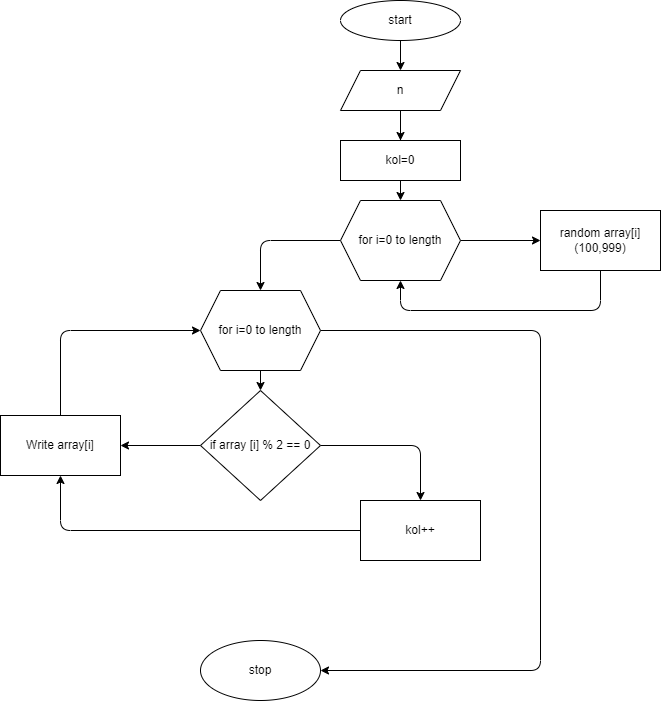
Earlier version of the draw.io export zad36/example.drawio.png (Zemburych/Seminar05). Source tidied: cells renumbered, new cells last; positions are measured from the earlier drawing's top-left corner, leaving out a move shared by most shapes. Its diagram source:
```xml
<mxGraphModel>
  <root>
    <mxCell id="0" />
    <mxCell id="1" parent="0" />
    <mxCell id="2" style="edgeStyle=none;html=1;" parent="1" edge="1" source="3" target="6">
      <mxGeometry relative="1" as="geometry" />
    </mxCell>
    <mxCell id="3" value="start" style="ellipse;whiteSpace=wrap;html=1;" parent="1" vertex="1">
      <mxGeometry x="340" width="120" height="40" as="geometry" />
    </mxCell>
    <mxCell id="4" style="edgeStyle=none;html=1;" parent="1" edge="1" source="6">
      <mxGeometry relative="1" as="geometry">
        <mxPoint x="400" y="150" as="targetPoint" />
      </mxGeometry>
    </mxCell>
    <mxCell id="5" style="edgeStyle=none;html=1;" parent="1" edge="1" source="6" target="8">
      <mxGeometry relative="1" as="geometry" />
    </mxCell>
    <mxCell id="6" value="n" style="shape=parallelogram;perimeter=parallelogramPerimeter;whiteSpace=wrap;html=1;fixedSize=1;" parent="1" vertex="1">
      <mxGeometry x="340" y="70" width="120" height="40" as="geometry" />
    </mxCell>
    <mxCell id="7" style="edgeStyle=none;html=1;exitX=0.5;exitY=1;exitDx=0;exitDy=0;entryX=0.5;entryY=0;entryDx=0;entryDy=0;" parent="1" edge="1" source="8" target="11">
      <mxGeometry relative="1" as="geometry" />
    </mxCell>
    <mxCell id="8" value="kol=0" style="whiteSpace=wrap;html=1;" parent="1" vertex="1">
      <mxGeometry x="340" y="140" width="120" height="40" as="geometry" />
    </mxCell>
    <mxCell id="9" style="edgeStyle=none;html=1;" parent="1" edge="1" source="11" target="13">
      <mxGeometry relative="1" as="geometry" />
    </mxCell>
    <mxCell id="10" style="edgeStyle=none;html=1;exitX=0;exitY=0.5;exitDx=0;exitDy=0;entryX=0.5;entryY=0;entryDx=0;entryDy=0;" parent="1" edge="1" source="11" target="22">
      <mxGeometry relative="1" as="geometry">
        <Array as="points">
          <mxPoint x="260" y="240" />
        </Array>
      </mxGeometry>
    </mxCell>
    <mxCell id="11" value="for i=0 to length" style="shape=hexagon;perimeter=hexagonPerimeter2;whiteSpace=wrap;html=1;fixedSize=1;" parent="1" vertex="1">
      <mxGeometry x="340" y="200" width="120" height="80" as="geometry" />
    </mxCell>
    <mxCell id="12" style="edgeStyle=none;html=1;exitX=0.5;exitY=1;exitDx=0;exitDy=0;entryX=0.5;entryY=1;entryDx=0;entryDy=0;" parent="1" edge="1" source="13" target="11">
      <mxGeometry relative="1" as="geometry">
        <Array as="points">
          <mxPoint x="600" y="310" />
          <mxPoint x="400" y="310" />
        </Array>
      </mxGeometry>
    </mxCell>
    <mxCell id="13" value="random array[i] (100,999)" style="whiteSpace=wrap;html=1;" parent="1" vertex="1">
      <mxGeometry x="540" y="210" width="120" height="60" as="geometry" />
    </mxCell>
    <mxCell id="14" style="edgeStyle=none;html=1;exitX=1;exitY=0.5;exitDx=0;exitDy=0;entryX=0.5;entryY=0;entryDx=0;entryDy=0;" parent="1" edge="1" source="16" target="18">
      <mxGeometry relative="1" as="geometry">
        <Array as="points">
          <mxPoint x="420" y="445" />
        </Array>
      </mxGeometry>
    </mxCell>
    <mxCell id="15" style="edgeStyle=none;html=1;" parent="1" edge="1" source="16" target="24">
      <mxGeometry relative="1" as="geometry" />
    </mxCell>
    <mxCell id="16" value="if array [i] % 2 == 0" style="rhombus;whiteSpace=wrap;html=1;" parent="1" vertex="1">
      <mxGeometry x="200" y="390" width="120" height="110" as="geometry" />
    </mxCell>
    <mxCell id="17" style="edgeStyle=none;html=1;exitX=0;exitY=0.5;exitDx=0;exitDy=0;entryX=0.5;entryY=1;entryDx=0;entryDy=0;" parent="1" edge="1" source="18" target="24">
      <mxGeometry relative="1" as="geometry">
        <Array as="points">
          <mxPoint x="60" y="530" />
        </Array>
      </mxGeometry>
    </mxCell>
    <mxCell id="18" value="kol++" style="whiteSpace=wrap;html=1;" parent="1" vertex="1">
      <mxGeometry x="360" y="500" width="120" height="60" as="geometry" />
    </mxCell>
    <mxCell id="19" value="stop" style="ellipse;whiteSpace=wrap;html=1;" parent="1" vertex="1">
      <mxGeometry x="200" y="640" width="120" height="60" as="geometry" />
    </mxCell>
    <mxCell id="20" style="edgeStyle=none;html=1;exitX=0.5;exitY=1;exitDx=0;exitDy=0;entryX=0.5;entryY=0;entryDx=0;entryDy=0;" parent="1" edge="1" source="22" target="16">
      <mxGeometry relative="1" as="geometry" />
    </mxCell>
    <mxCell id="21" style="edgeStyle=none;html=1;exitX=1;exitY=0.5;exitDx=0;exitDy=0;entryX=1;entryY=0.5;entryDx=0;entryDy=0;" parent="1" edge="1" source="22" target="19">
      <mxGeometry relative="1" as="geometry">
        <Array as="points">
          <mxPoint x="540" y="330" />
          <mxPoint x="540" y="670" />
        </Array>
      </mxGeometry>
    </mxCell>
    <mxCell id="22" value="&lt;span&gt;for i=0 to length&lt;/span&gt;" style="shape=hexagon;perimeter=hexagonPerimeter2;whiteSpace=wrap;html=1;fixedSize=1;" parent="1" vertex="1">
      <mxGeometry x="200" y="290" width="120" height="80" as="geometry" />
    </mxCell>
    <mxCell id="23" style="edgeStyle=none;html=1;exitX=0.5;exitY=0;exitDx=0;exitDy=0;entryX=0;entryY=0.5;entryDx=0;entryDy=0;" parent="1" edge="1" source="24" target="22">
      <mxGeometry relative="1" as="geometry">
        <Array as="points">
          <mxPoint x="60" y="330" />
        </Array>
      </mxGeometry>
    </mxCell>
    <mxCell id="24" value="Write array[i]" style="whiteSpace=wrap;html=1;" parent="1" vertex="1">
      <mxGeometry y="415" width="120" height="60" as="geometry" />
    </mxCell>
  </root>
</mxGraphModel>
```
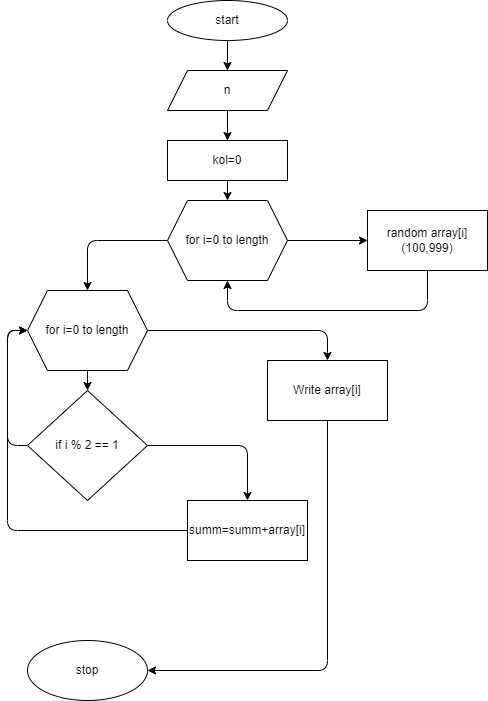
After the commit.

Diff of the diagram source:
```diff
@@ -56,20 +56,27 @@
         </Array>
       </mxGeometry>
     </mxCell>
-    <mxCell id="15" style="edgeStyle=none;html=1;" parent="1" edge="1" source="16" target="24">
-      <mxGeometry relative="1" as="geometry" />
-    </mxCell>
+    <mxCell id="25" style="edgeStyle=none;html=1;exitX=0;exitY=0.5;exitDx=0;exitDy=0;" parent="1" edge="1" source="16">
+      <mxGeometry relative="1" as="geometry">
+        <mxPoint x="200" y="330" as="targetPoint" />
+        <Array as="points">
+          <mxPoint x="180" y="445" />
+          <mxPoint x="180" y="330" />
+        </Array>
+      </mxGeometry>
+    </mxCell>
-    <mxCell id="16" value="if array [i] % 2 == 0" style="rhombus;whiteSpace=wrap;html=1;" parent="1" vertex="1">
+    <mxCell id="16" value="if i % 2 == 1" style="rhombus;whiteSpace=wrap;html=1;" parent="1" vertex="1">
       <mxGeometry x="200" y="390" width="120" height="110" as="geometry" />
     </mxCell>
-    <mxCell id="17" style="edgeStyle=none;html=1;exitX=0;exitY=0.5;exitDx=0;exitDy=0;entryX=0.5;entryY=1;entryDx=0;entryDy=0;" parent="1" edge="1" source="18" target="24">
-      <mxGeometry relative="1" as="geometry">
-        <Array as="points">
-          <mxPoint x="60" y="530" />
-        </Array>
-      </mxGeometry>
-    </mxCell>
+    <mxCell id="21" style="edgeStyle=none;html=1;exitX=0;exitY=0.5;exitDx=0;exitDy=0;entryX=0;entryY=0.5;entryDx=0;entryDy=0;" parent="1" edge="1" source="18" target="22">
+      <mxGeometry relative="1" as="geometry">
+        <Array as="points">
+          <mxPoint x="180" y="530" />
+          <mxPoint x="180" y="330" />
+        </Array>
+      </mxGeometry>
+    </mxCell>
-    <mxCell id="18" value="kol++" style="whiteSpace=wrap;html=1;" parent="1" vertex="1">
+    <mxCell id="18" value="summ=summ+array[i]" style="whiteSpace=wrap;html=1;" parent="1" vertex="1">
       <mxGeometry x="360" y="500" width="120" height="60" as="geometry" />
     </mxCell>
     <mxCell id="19" value="stop" style="ellipse;whiteSpace=wrap;html=1;" parent="1" vertex="1">
@@ -78,26 +85,25 @@
     <mxCell id="20" style="edgeStyle=none;html=1;exitX=0.5;exitY=1;exitDx=0;exitDy=0;entryX=0.5;entryY=0;entryDx=0;entryDy=0;" parent="1" edge="1" source="22" target="16">
       <mxGeometry relative="1" as="geometry" />
     </mxCell>
-    <mxCell id="21" style="edgeStyle=none;html=1;exitX=1;exitY=0.5;exitDx=0;exitDy=0;entryX=1;entryY=0.5;entryDx=0;entryDy=0;" parent="1" edge="1" source="22" target="19">
-      <mxGeometry relative="1" as="geometry">
-        <Array as="points">
-          <mxPoint x="540" y="330" />
-          <mxPoint x="540" y="670" />
-        </Array>
-      </mxGeometry>
-    </mxCell>
+    <mxCell id="26" style="edgeStyle=none;html=1;exitX=1;exitY=0.5;exitDx=0;exitDy=0;entryX=0.5;entryY=0;entryDx=0;entryDy=0;" parent="1" edge="1" source="22" target="24">
+      <mxGeometry relative="1" as="geometry">
+        <Array as="points">
+          <mxPoint x="500" y="330" />
+        </Array>
+      </mxGeometry>
+    </mxCell>
     <mxCell id="22" value="&lt;span&gt;for i=0 to length&lt;/span&gt;" style="shape=hexagon;perimeter=hexagonPerimeter2;whiteSpace=wrap;html=1;fixedSize=1;" parent="1" vertex="1">
       <mxGeometry x="200" y="290" width="120" height="80" as="geometry" />
     </mxCell>
-    <mxCell id="23" style="edgeStyle=none;html=1;exitX=0.5;exitY=0;exitDx=0;exitDy=0;entryX=0;entryY=0.5;entryDx=0;entryDy=0;" parent="1" edge="1" source="24" target="22">
-      <mxGeometry relative="1" as="geometry">
-        <Array as="points">
-          <mxPoint x="60" y="330" />
-        </Array>
-      </mxGeometry>
-    </mxCell>
+    <mxCell id="27" style="edgeStyle=none;html=1;exitX=0.5;exitY=1;exitDx=0;exitDy=0;entryX=1;entryY=0.5;entryDx=0;entryDy=0;" parent="1" edge="1" source="24" target="19">
+      <mxGeometry relative="1" as="geometry">
+        <Array as="points">
+          <mxPoint x="500" y="670" />
+        </Array>
+      </mxGeometry>
+    </mxCell>
     <mxCell id="24" value="Write array[i]" style="whiteSpace=wrap;html=1;" parent="1" vertex="1">
-      <mxGeometry y="415" width="120" height="60" as="geometry" />
+      <mxGeometry x="440" y="360" width="120" height="60" as="geometry" />
     </mxCell>
   </root>
 </mxGraphModel>
```
